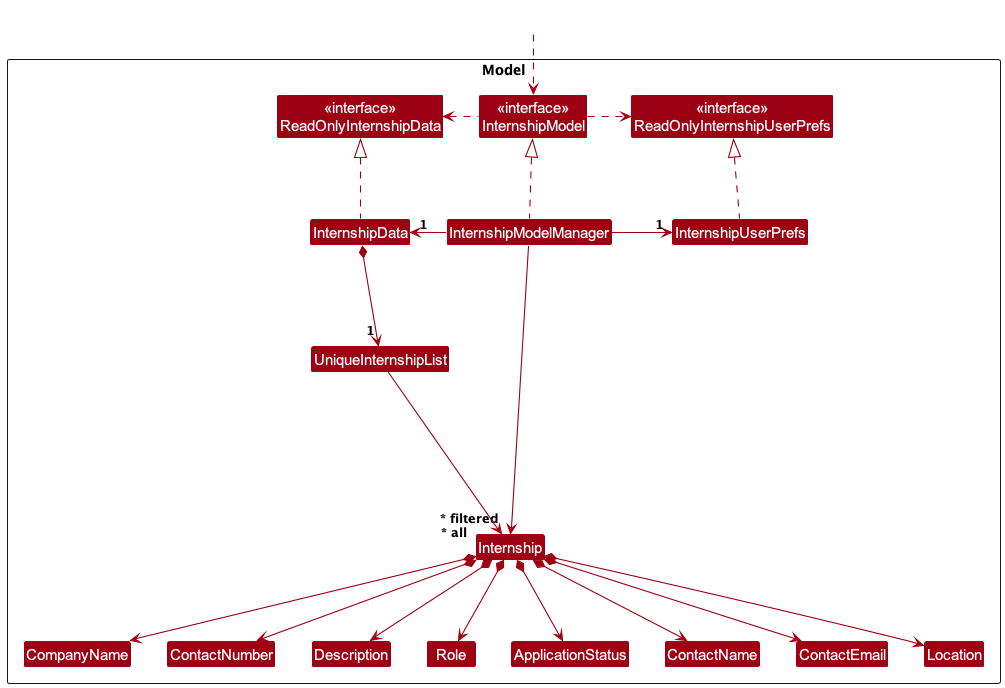
This is docs/images/InternshipModelClassDiagram.png from theman-oj10/CareerSync, a PlantUML export, as it was before one commit. Its diagram source:
```plantuml
@startuml
!include style.puml
skinparam arrowThickness 1.1
skinparam arrowColor MODEL_COLOR
skinparam classBackgroundColor MODEL_COLOR

Package Model as ModelPackage <<Rectangle>>{
Class "<<interface>>\nReadOnlyInternshipData" as ReadOnlyInternshipData
Class "<<interface>>\nReadOnlyInternshipUserPrefs" as ReadOnlyInternshipUserPrefs
Class "<<interface>>\nInternshipModel" as InternshipModel
Class InternshipData
Class InternshipModelManager
Class InternshipUserPrefs

Class UniqueInternshipList
Class Internship
Class ApplicationStatus
Class CompanyName
Class ContactName
Class ContactNumber
Class ContactEmail
Class Description
Class Location
Class Role

Class I #FFFFFF
}

Class HiddenOutside #FFFFFF
HiddenOutside ..> InternshipModel

InternshipData .up.|> ReadOnlyInternshipData

InternshipModelManager .up.|> InternshipModel
InternshipModel .right.> ReadOnlyInternshipUserPrefs
InternshipModel .left.> ReadOnlyInternshipData
InternshipModelManager -left-> "1" InternshipData
InternshipModelManager -right-> "1" InternshipUserPrefs
InternshipUserPrefs .up.|> ReadOnlyInternshipUserPrefs

InternshipData *--> "1" UniqueInternshipList
InternshipModelManager --> "~* filtered" Internship
UniqueInternshipList --> "~* all" Internship
Internship *--> ApplicationStatus
Internship *--> CompanyName
Internship *--> ContactName
Internship *--> ContactNumber
Internship *--> ContactEmail
Internship *--> Description
Internship *--> Location
Internship *--> Role

Internship -[hidden]up--> I
UniqueInternshipList -[hidden]right-> I

CompanyName -[hidden]right-> ContactNumber
ContactNumber -[hidden]right-> Description
Description -[hidden]right-> Role


@enduml
```
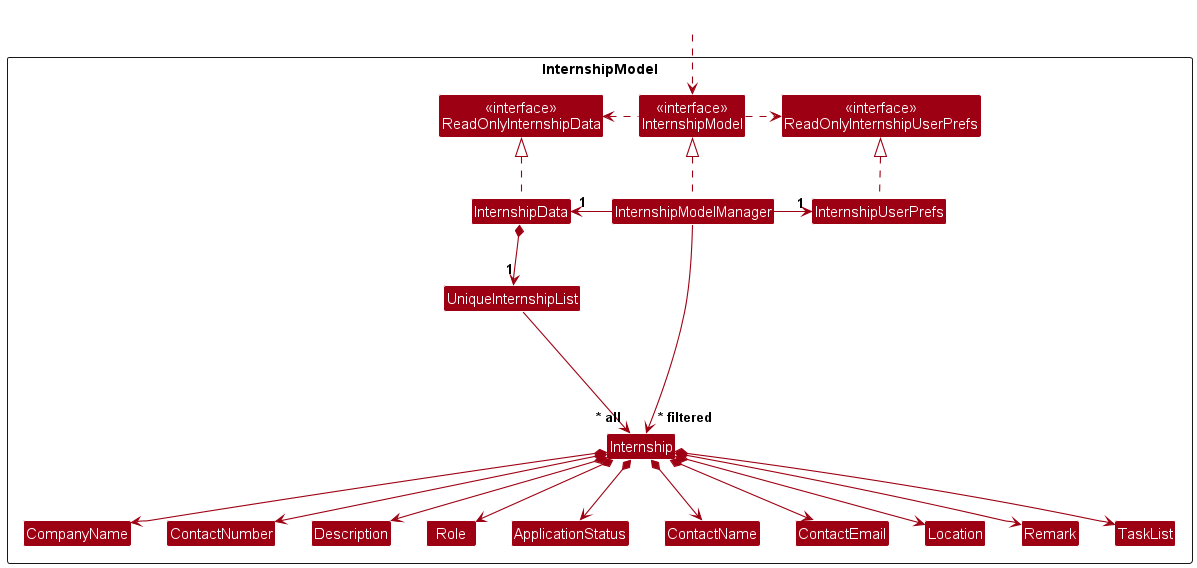
Later version of the same file.

Change to the diagram source:
```diff
@@ -4,7 +4,7 @@
 skinparam arrowColor MODEL_COLOR
 skinparam classBackgroundColor MODEL_COLOR
 
-Package Model as ModelPackage <<Rectangle>>{
+Package InternshipModel as ModelPackage <<Rectangle>>{
 Class "<<interface>>\nReadOnlyInternshipData" as ReadOnlyInternshipData
 Class "<<interface>>\nReadOnlyInternshipUserPrefs" as ReadOnlyInternshipUserPrefs
 Class "<<interface>>\nInternshipModel" as InternshipModel
@@ -22,6 +22,8 @@
 Class Description
 Class Location
 Class Role
+Class Remark
+Class TaskList
 
 Class I #FFFFFF
 }
@@ -49,6 +51,8 @@
 Internship *--> Description
 Internship *--> Location
 Internship *--> Role
+Internship *--> Remark
+Internship *--> TaskList
 
 Internship -[hidden]up--> I
 UniqueInternshipList -[hidden]right-> I
```
